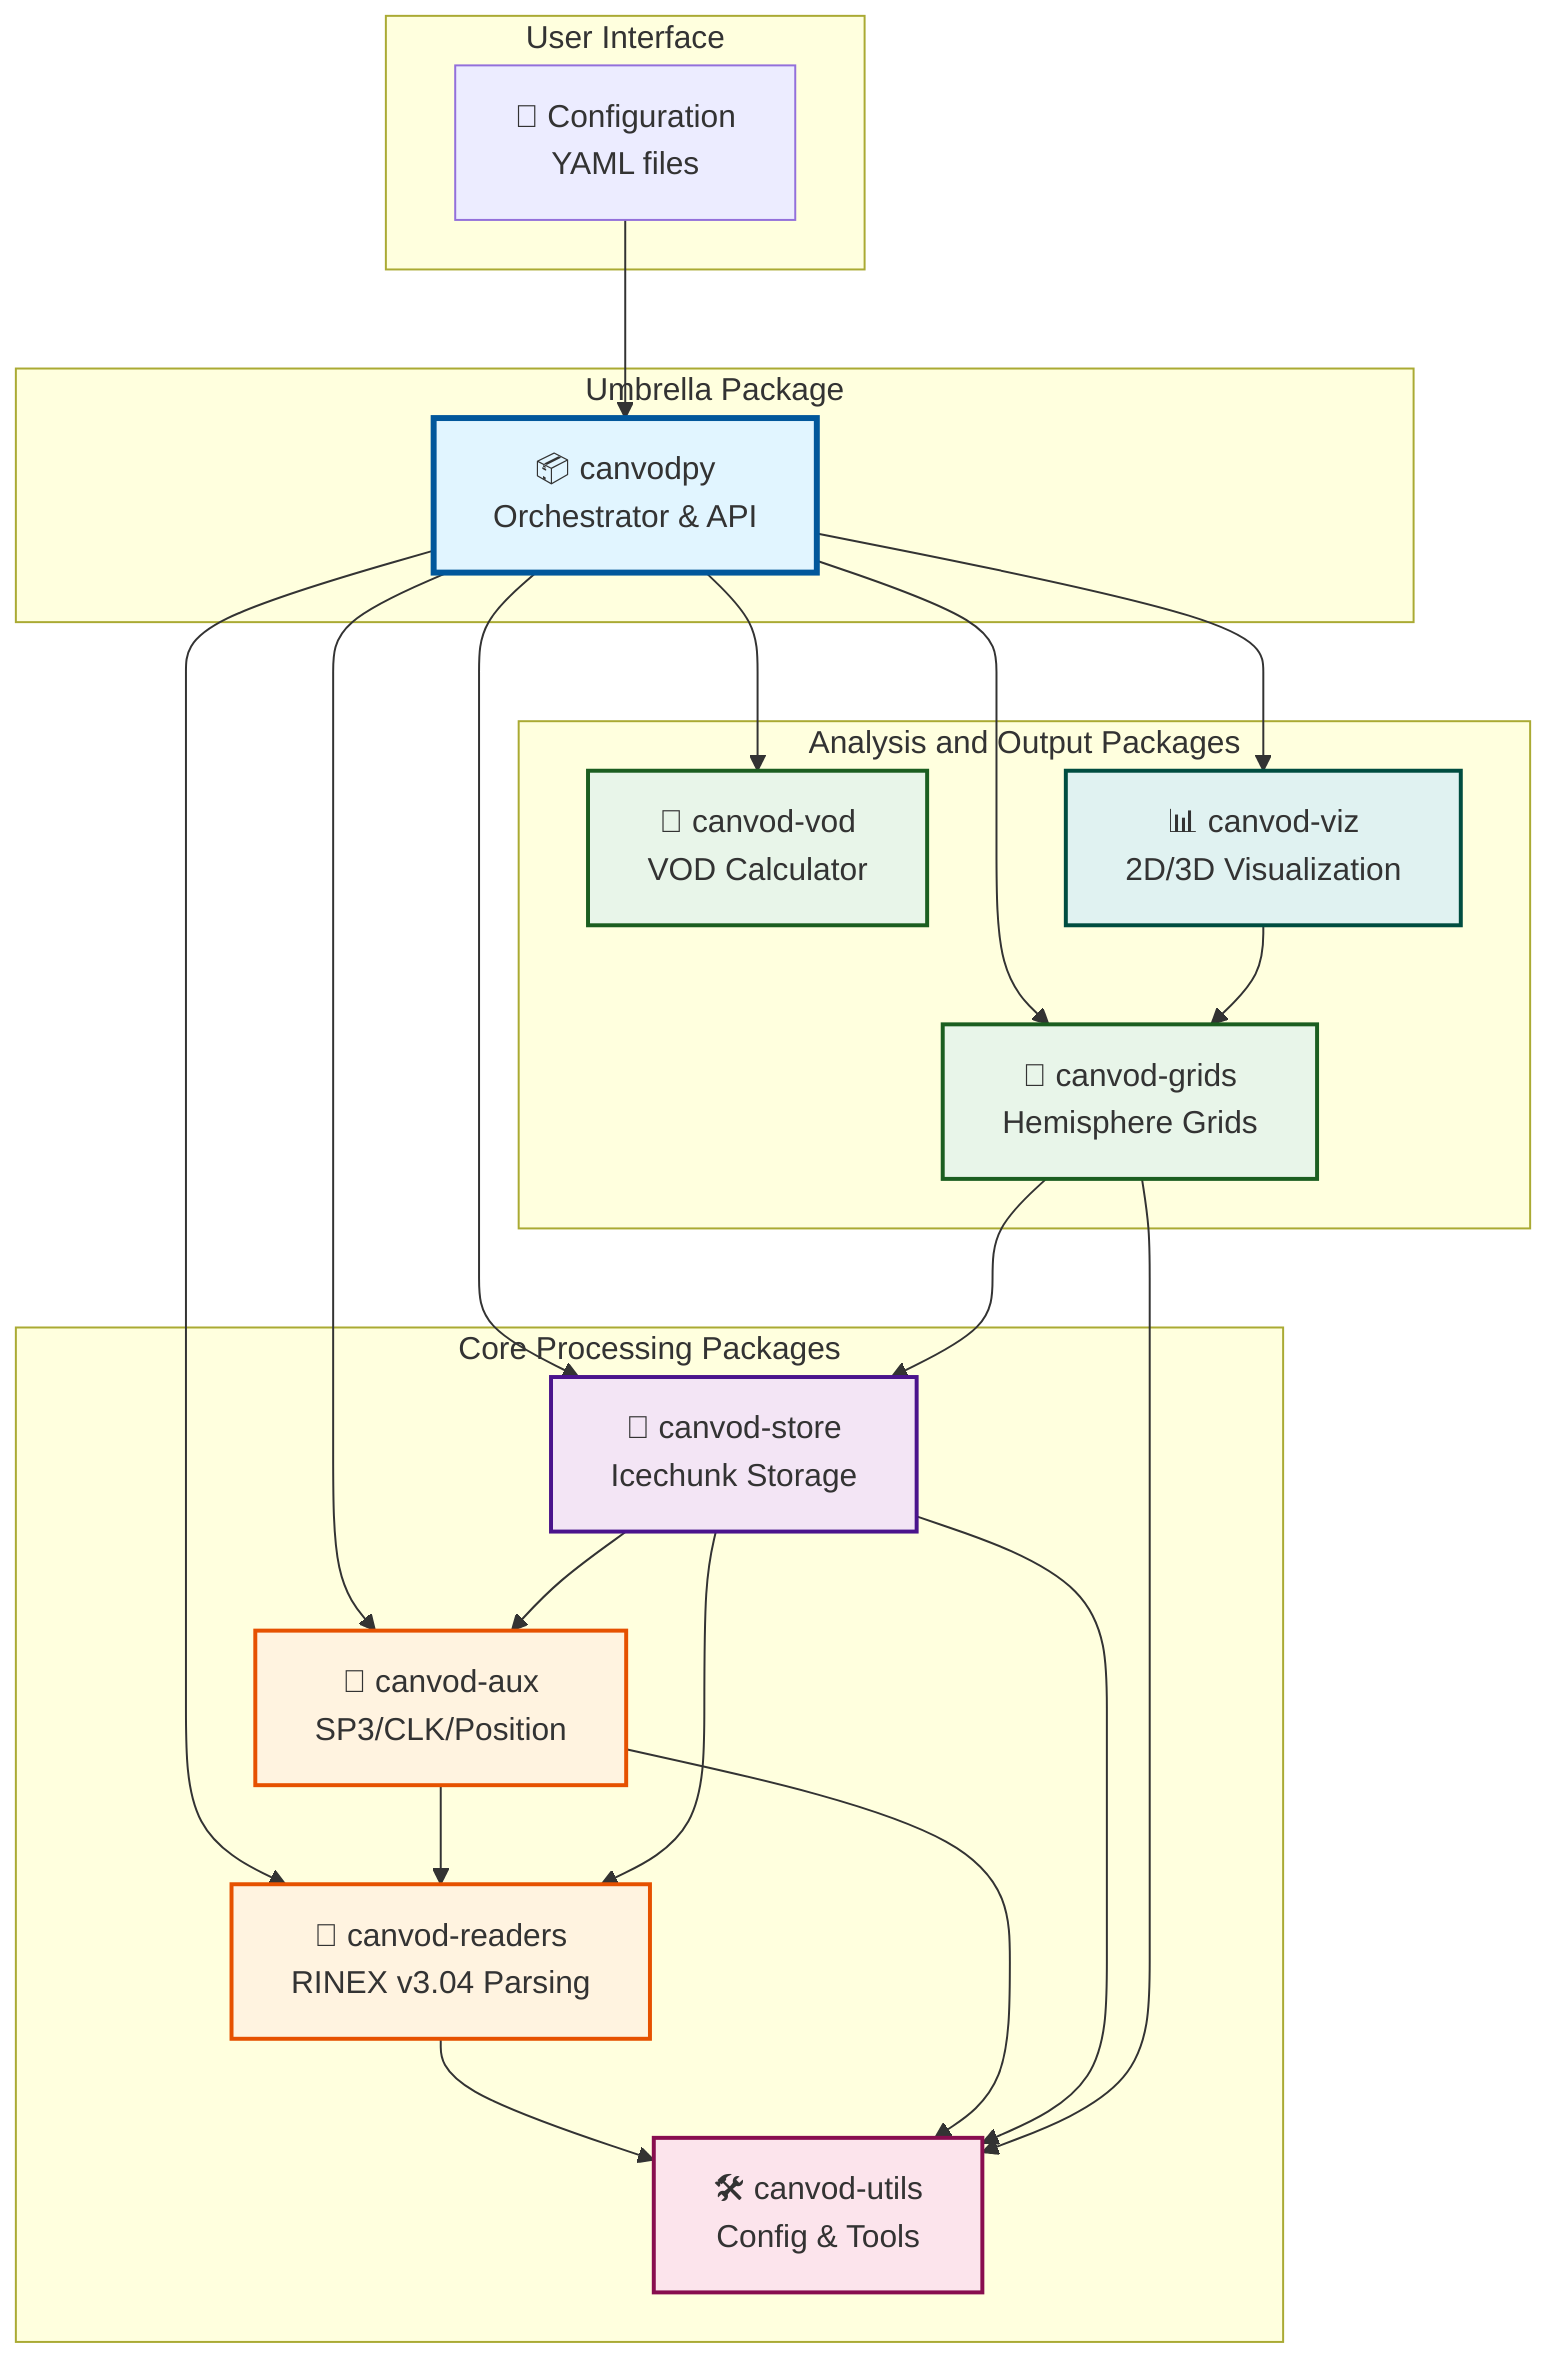
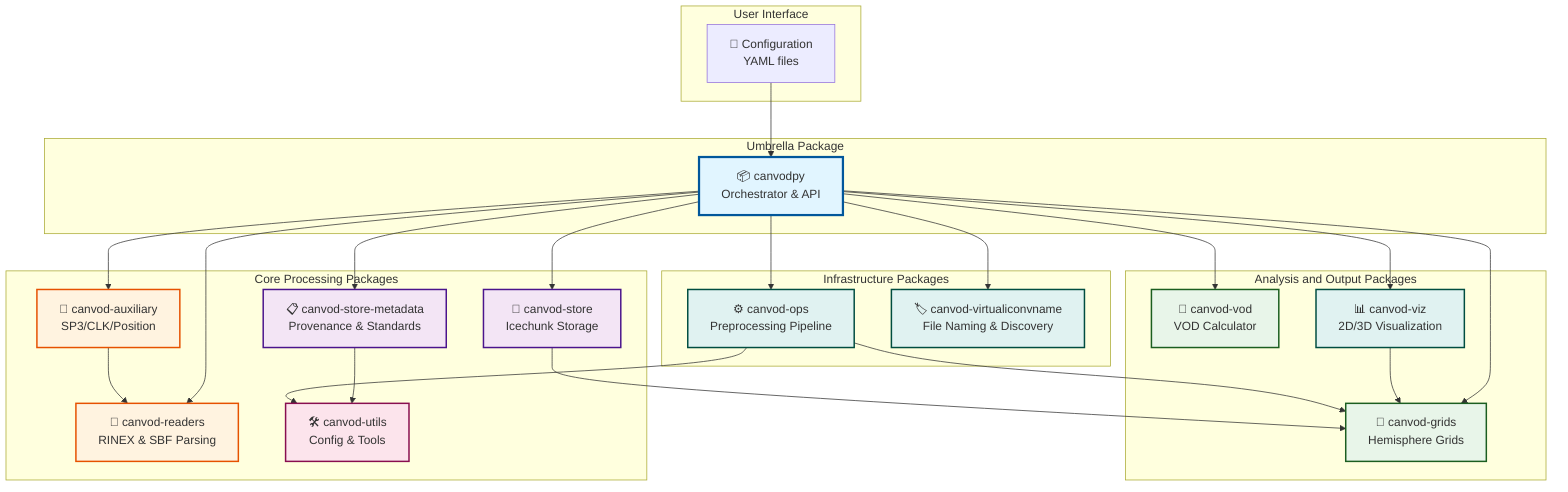
graph TB
    subgraph UI[User Interface]
        Config["🔧 Configuration<br/>YAML files"]
    end

    subgraph Umbrella[Umbrella Package]
        Canvodpy["📦 canvodpy<br/>Orchestrator & API"]
    end

    subgraph CorePkg[Core Processing Packages]
-         Readers["📖 canvod-readers<br/>RINEX v3.04 Parsing"]
-         Aux["📡 canvod-aux<br/>SP3/CLK/Position"]
+         Readers["📖 canvod-readers<br/>RINEX & SBF Parsing"]
+         Aux["📡 canvod-auxiliary<br/>SP3/CLK/Position"]
        Store["💾 canvod-store<br/>Icechunk Storage"]
+         StoreMeta["📋 canvod-store-metadata<br/>Provenance & Standards"]
        Utils["🛠️ canvod-utils<br/>Config & Tools"]
    end

    subgraph AnalysisPkg[Analysis and Output Packages]
        VOD["🌳 canvod-vod<br/>VOD Calculator"]
        Grids["🔲 canvod-grids<br/>Hemisphere Grids"]
        Viz["📊 canvod-viz<br/>2D/3D Visualization"]
    end

+     subgraph InfraPkg[Infrastructure Packages]
+         Ops["⚙️ canvod-ops<br/>Preprocessing Pipeline"]
+         Naming["🏷️ canvod-virtualiconvname<br/>File Naming & Discovery"]
+     end
+ 
    Config --> Canvodpy
    Canvodpy --> Readers
    Canvodpy --> Aux
    Canvodpy --> Store
+     Canvodpy --> StoreMeta
    Canvodpy --> VOD
    Canvodpy --> Grids
    Canvodpy --> Viz
+     Canvodpy --> Ops
+     Canvodpy --> Naming

-     Readers --> Utils
    Aux --> Readers
-     Aux --> Utils
-     Store --> Aux
-     Store --> Readers
-     Store --> Utils
-     Grids --> Store
-     Grids --> Utils
+     Store --> Grids
+     StoreMeta --> Utils
    Viz --> Grids
+     Ops --> Grids
+     Ops --> Utils

    style Canvodpy fill:#e1f5ff,stroke:#01579b,stroke-width:3px
    style Readers fill:#fff3e0,stroke:#e65100,stroke-width:2px
    style Aux fill:#fff3e0,stroke:#e65100,stroke-width:2px
    style Store fill:#f3e5f5,stroke:#4a148c,stroke-width:2px
+     style StoreMeta fill:#f3e5f5,stroke:#4a148c,stroke-width:2px
    style VOD fill:#e8f5e9,stroke:#1b5e20,stroke-width:2px
    style Grids fill:#e8f5e9,stroke:#1b5e20,stroke-width:2px
    style Viz fill:#e0f2f1,stroke:#004d40,stroke-width:2px
    style Utils fill:#fce4ec,stroke:#880e4f,stroke-width:2px
+     style Ops fill:#e0f2f1,stroke:#004d40,stroke-width:2px
+     style Naming fill:#e0f2f1,stroke:#004d40,stroke-width:2px
